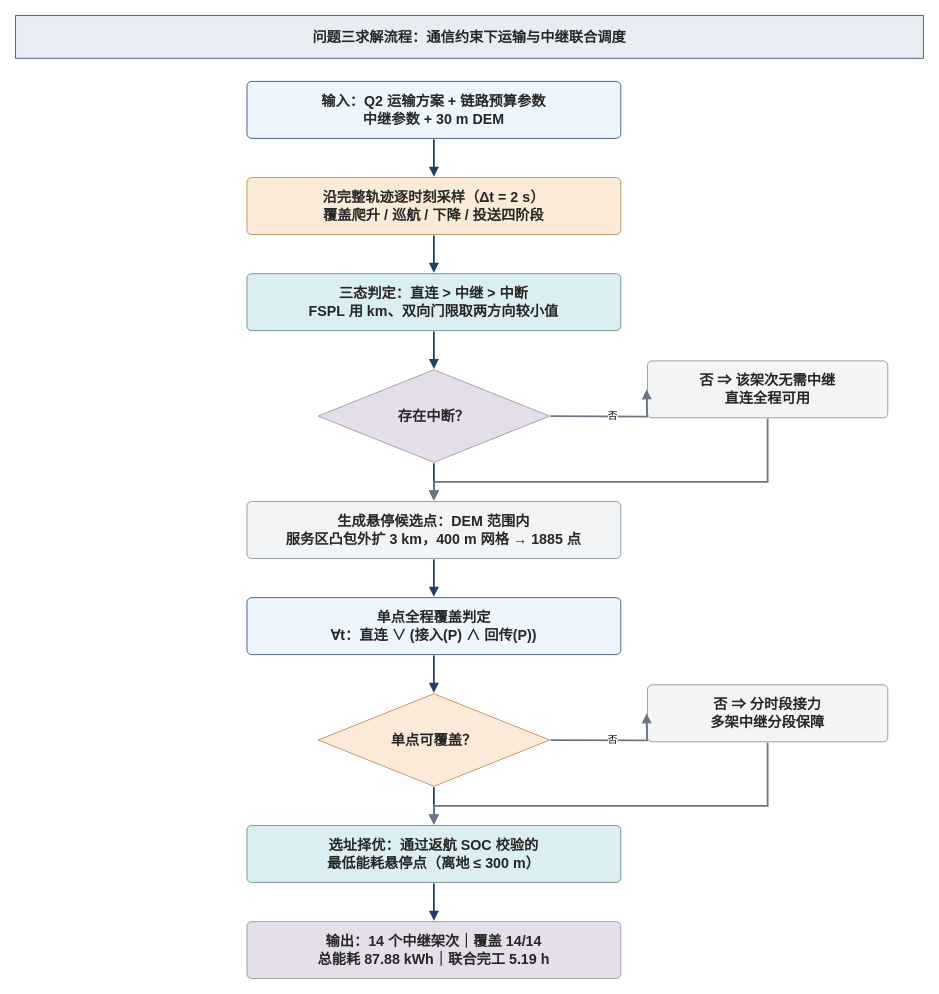
Earlier version of the draw.io diagram otheragent/diagrams/f03_flow.drawio (starfruitsz/MathAgent). Source tidied: cells renumbered, new cells numbered last; positions are measured from the earlier drawing's top-left corner, leaving out a move shared by most shapes. Both pictures are drawn from the tidied source at 89%, with x=0, y=0 at pixel (15, 15).
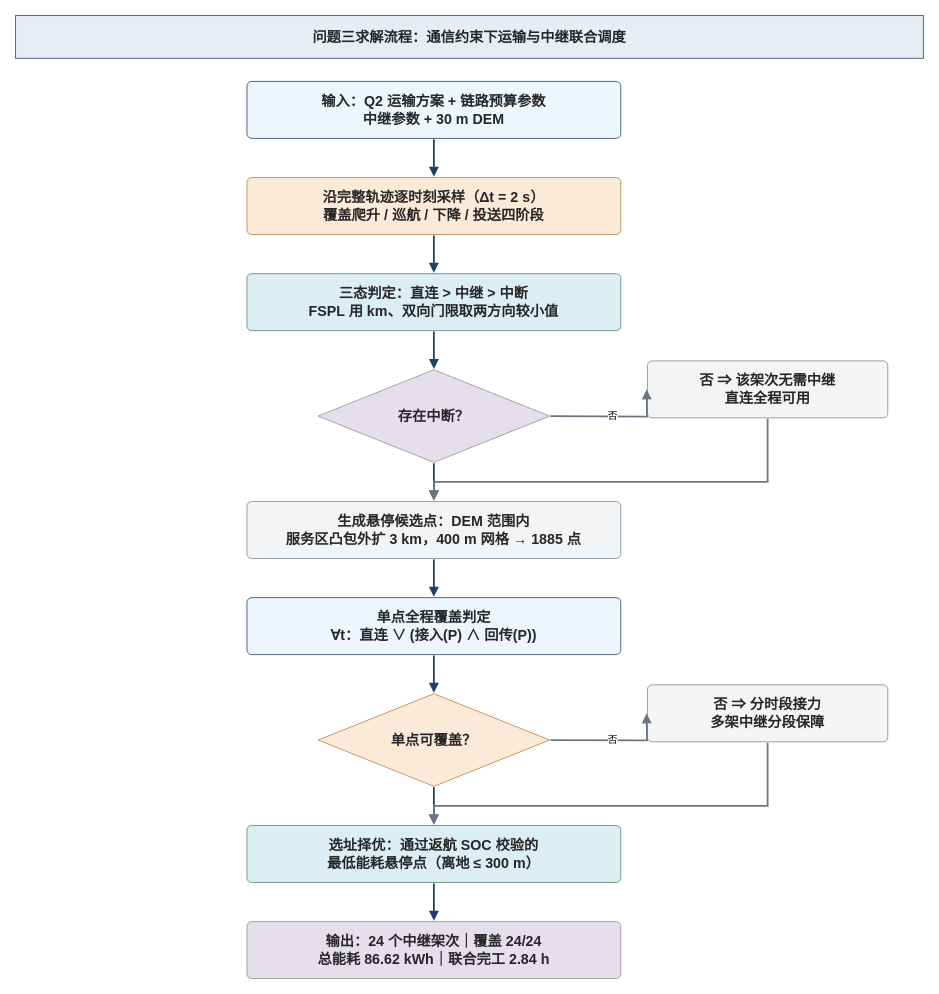
The same diagram, later.

What changed in the source:
```diff
@@
-    <mxCell id="24" value="输出：14 个中继架次｜覆盖 14/14&lt;br&gt;总能耗 87.88 kWh｜联合完工 5.19 h" style="rounded=1;arcSize=8;whiteSpace=wrap;html=1;fillColor=#e5dfeb;strokeColor=#9b979f;strokeWidth=1;fontSize=16;fontStyle=1;fontColor=#262626;fontFamily=Microsoft YaHei,PingFang SC,Helvetica;align=center;verticalAlign=middle;" parent="1" vertex="1">
+    <mxCell id="24" value="输出：24 个中继架次｜覆盖 24/24&lt;br&gt;总能耗 86.62 kWh｜联合完工 2.84 h" style="rounded=1;arcSize=8;whiteSpace=wrap;html=1;fillColor=#e5dfeb;strokeColor=#9b979f;strokeWidth=1;fontSize=16;fontStyle=1;fontColor=#262626;fontFamily=Microsoft YaHei,PingFang SC,Helvetica;align=center;verticalAlign=middle;" parent="1" vertex="1">
       <mxGeometry x="260" y="1018" width="420" height="64" as="geometry" />
     </mxCell>
```
